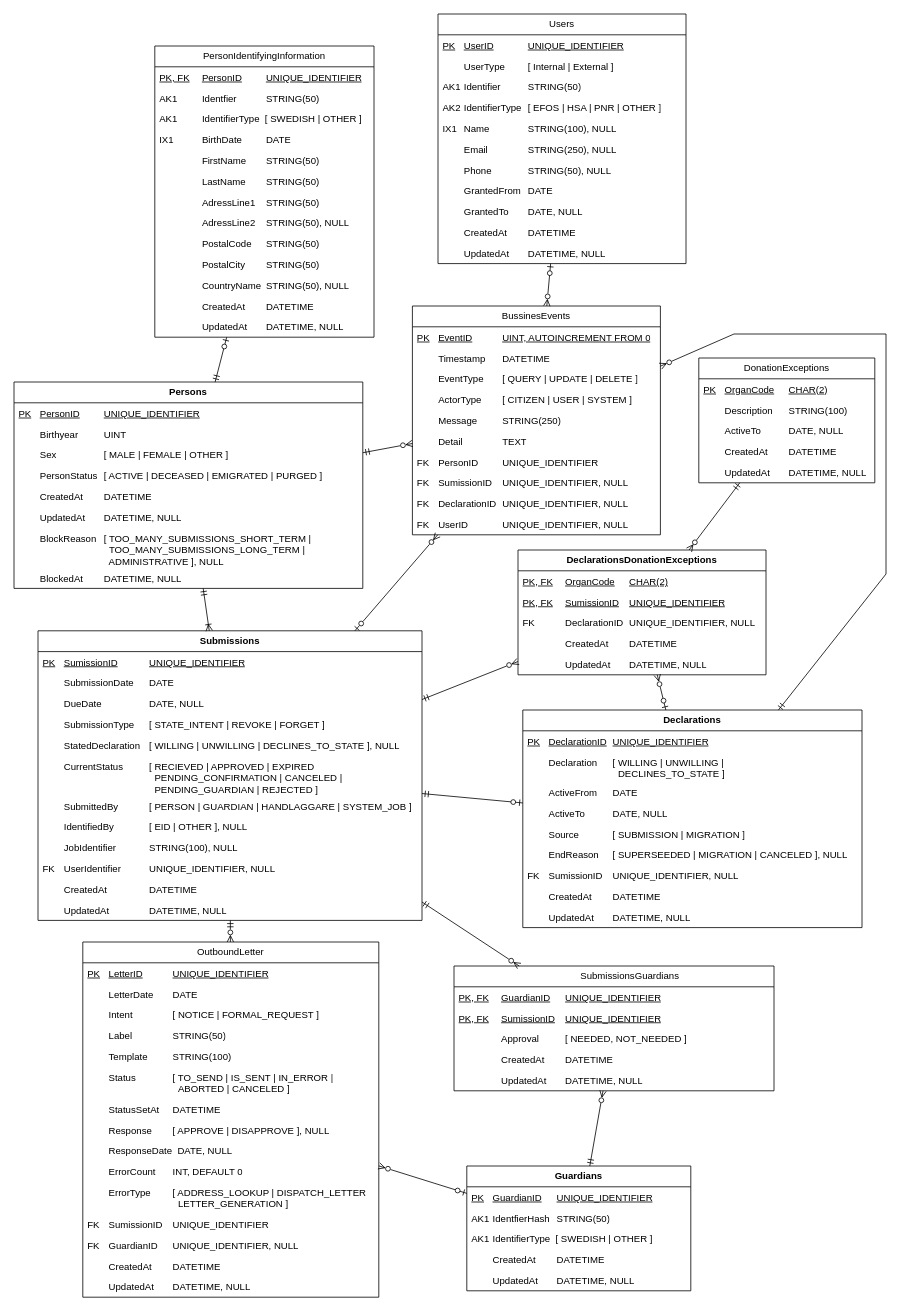
Above: page "Stående Logisk modell" (8 of 9) of Donationsregister.drawio in bhagqvist-consid/ICD11 (draw.io), before the change. Source tidied: cells renumbered, new cells numbered last; positions are measured from the earlier drawing's top-left corner, leaving out a move shared by most shapes. Both pictures are drawn from the tidied source at 80%, with x=0, y=0 at pixel (14, 14).
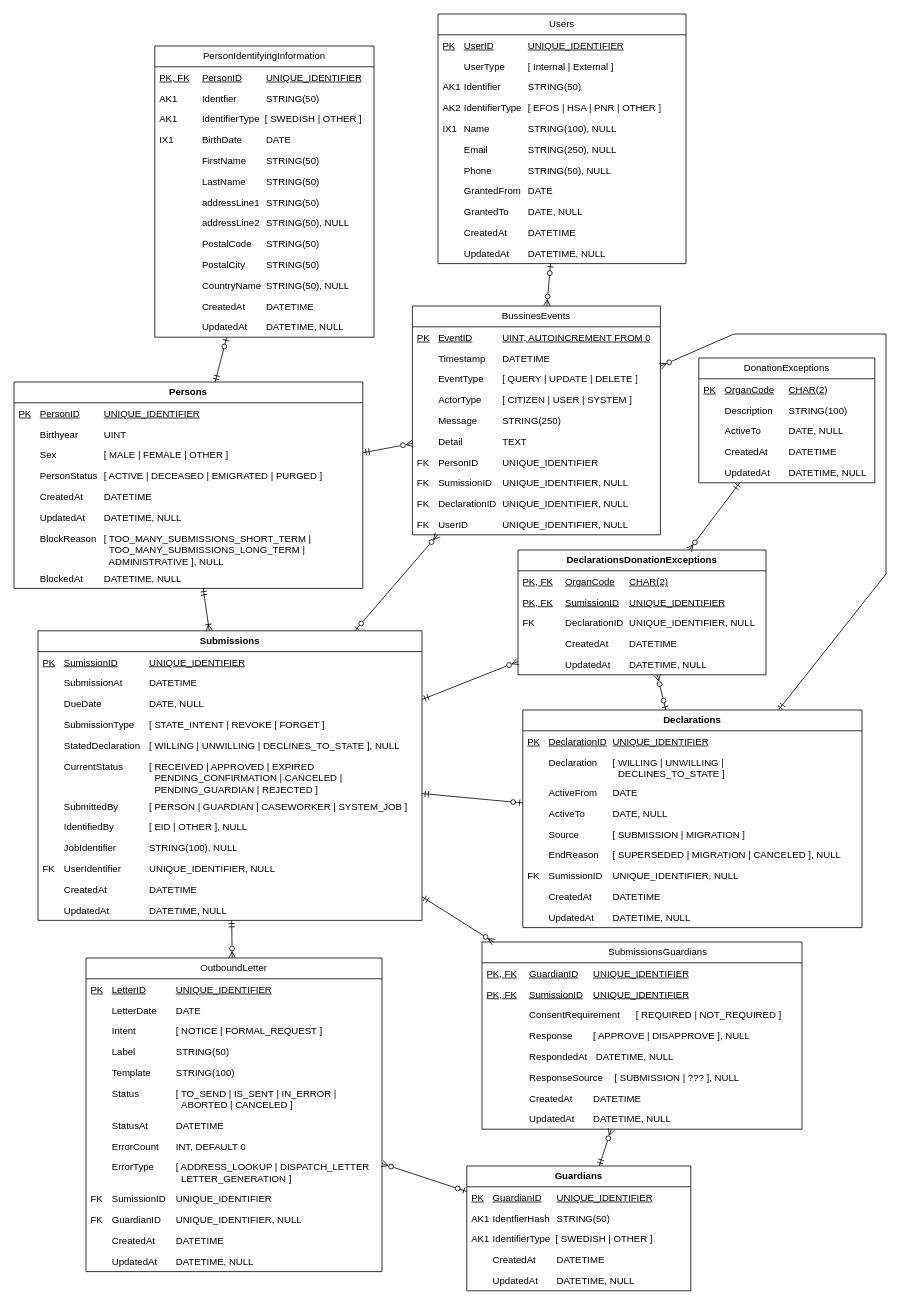
The same page after the edit.

Unchanged cells that the change refers to:
```xml
<mxCell id="11" value="Submissions" style="swimlane;fontStyle=1;horizontal=1;startSize=26;fillColor=none;whiteSpace=wrap;html=1;" parent="1" vertex="1">
  <mxGeometry x="30" y="771" width="480" height="362" as="geometry" />
</mxCell>
<mxCell id="24" value="Declarations" style="swimlane;fontStyle=1;horizontal=1;startSize=26;fillColor=none;whiteSpace=wrap;html=1;" parent="1" vertex="1">
  <mxGeometry x="636" y="870" width="424" height="272" as="geometry" />
</mxCell>
<mxCell id="34" value="PersonIdentifyingInformation" style="swimlane;fontStyle=0;horizontal=1;startSize=26;fillColor=none;whiteSpace=wrap;html=1;" parent="1" vertex="1">
  <mxGeometry x="176" y="40" width="274" height="364" as="geometry" />
</mxCell>
```

What changed in the source:
```diff
@@
-    <mxCell id="13" value="&lt;span style=&quot;white-space: pre;&quot;&gt;&#9;&lt;/span&gt;SubmissionDate&lt;span style=&quot;white-space: pre;&quot;&gt;&#9;&lt;/span&gt;DATE" style="text;strokeColor=none;fillColor=none;align=left;verticalAlign=top;spacingLeft=4;spacingRight=4;overflow=hidden;whiteSpace=wrap;html=1;" parent="11" vertex="1">
+    <mxCell id="13" value="&lt;span style=&quot;white-space: pre;&quot;&gt;&#9;&lt;/span&gt;SubmissionAt&lt;span style=&quot;white-space: pre;&quot;&gt;&#9;&lt;/span&gt;&lt;span style=&quot;white-space: pre;&quot;&gt;&#9;&lt;/span&gt;DATETIME" style="text;strokeColor=none;fillColor=none;align=left;verticalAlign=top;spacingLeft=4;spacingRight=4;overflow=hidden;whiteSpace=wrap;html=1;" parent="11" vertex="1">
       <mxGeometry y="52" width="480" height="26" as="geometry" />
     </mxCell>
@@
-    <mxCell id="17" value="&lt;span style=&quot;white-space: pre;&quot;&gt;&#9;&lt;/span&gt;CurrentStatus&lt;span style=&quot;white-space: pre;&quot;&gt;&#9;&lt;span style=&quot;white-space: pre;&quot;&gt;&#9;&lt;/span&gt;&lt;/span&gt;[ RECIEVED | APPROVED | EXPIRED&lt;br&gt;&lt;span style=&quot;white-space: pre;&quot;&gt;&lt;span style=&quot;white-space: pre;&quot;&gt;&#9;&lt;/span&gt;&#9;&lt;/span&gt;&lt;span style=&quot;white-space: pre;&quot;&gt;&#9;&lt;/span&gt;&lt;span style=&quot;white-space: pre;&quot;&gt;&#9;&lt;/span&gt;&lt;span style=&quot;white-space: pre;&quot;&gt;&#9;&lt;/span&gt;&amp;nbsp;&amp;nbsp;PENDING_CONFIRMATION | CANCELED |&lt;br&gt;&lt;span style=&quot;white-space: pre;&quot;&gt;&lt;span style=&quot;white-space: pre;&quot;&gt;&#9;&lt;/span&gt;&#9;&lt;/span&gt;&lt;span style=&quot;white-space: pre;&quot;&gt;&#9;&lt;/span&gt;&lt;span style=&quot;white-space: pre;&quot;&gt;&#9;&lt;/span&gt;&lt;span style=&quot;white-space: pre;&quot;&gt;&#9;&lt;/span&gt;&amp;nbsp; PENDING_GUARDIAN | REJECTED ]" style="text;strokeColor=none;fillColor=none;align=left;verticalAlign=top;spacingLeft=4;spacingRight=4;overflow=hidden;whiteSpace=wrap;html=1;" parent="11" vertex="1">
+    <mxCell id="17" value="&lt;span style=&quot;white-space: pre;&quot;&gt;&#9;&lt;/span&gt;CurrentStatus&lt;span style=&quot;white-space: pre;&quot;&gt;&#9;&lt;span style=&quot;white-space: pre;&quot;&gt;&#9;&lt;/span&gt;&lt;/span&gt;[ RECEIVED | APPROVED | EXPIRED&lt;br&gt;&lt;span style=&quot;white-space: pre;&quot;&gt;&lt;span style=&quot;white-space: pre;&quot;&gt;&#9;&lt;/span&gt;&#9;&lt;/span&gt;&lt;span style=&quot;white-space: pre;&quot;&gt;&#9;&lt;/span&gt;&lt;span style=&quot;white-space: pre;&quot;&gt;&#9;&lt;/span&gt;&lt;span style=&quot;white-space: pre;&quot;&gt;&#9;&lt;/span&gt;&amp;nbsp;&amp;nbsp;PENDING_CONFIRMATION | CANCELED |&lt;br&gt;&lt;span style=&quot;white-space: pre;&quot;&gt;&lt;span style=&quot;white-space: pre;&quot;&gt;&#9;&lt;/span&gt;&#9;&lt;/span&gt;&lt;span style=&quot;white-space: pre;&quot;&gt;&#9;&lt;/span&gt;&lt;span style=&quot;white-space: pre;&quot;&gt;&#9;&lt;/span&gt;&lt;span style=&quot;white-space: pre;&quot;&gt;&#9;&lt;/span&gt;&amp;nbsp; PENDING_GUARDIAN | REJECTED ]" style="text;strokeColor=none;fillColor=none;align=left;verticalAlign=top;spacingLeft=4;spacingRight=4;overflow=hidden;whiteSpace=wrap;html=1;" parent="11" vertex="1">
       <mxGeometry y="156" width="480" height="50" as="geometry" />
     </mxCell>
-    <mxCell id="18" value="&lt;span style=&quot;white-space: pre;&quot;&gt;&#9;&lt;/span&gt;SubmittedBy&lt;span style=&quot;white-space: pre;&quot;&gt;&#9;&lt;/span&gt;&lt;span style=&quot;white-space: pre;&quot;&gt;&#9;&lt;/span&gt;[ PERSON | GUARDIAN | HANDLAGGARE | SYSTEM_JOB ]" style="text;strokeColor=none;fillColor=none;align=left;verticalAlign=top;spacingLeft=4;spacingRight=4;overflow=hidden;whiteSpace=wrap;html=1;" parent="11" vertex="1">
+    <mxCell id="18" value="&lt;span style=&quot;white-space: pre;&quot;&gt;&#9;&lt;/span&gt;SubmittedBy&lt;span style=&quot;white-space: pre;&quot;&gt;&#9;&lt;/span&gt;&lt;span style=&quot;white-space: pre;&quot;&gt;&#9;&lt;/span&gt;[ PERSON | GUARDIAN | CASEWORKER | SYSTEM_JOB ]" style="text;strokeColor=none;fillColor=none;align=left;verticalAlign=top;spacingLeft=4;spacingRight=4;overflow=hidden;whiteSpace=wrap;html=1;" parent="11" vertex="1">
       <mxGeometry y="206" width="480" height="26" as="geometry" />
     </mxCell>
@@
-    <mxCell id="30" value="&lt;span style=&quot;white-space: pre;&quot;&gt;&#9;&lt;/span&gt;EndReason&lt;span style=&quot;white-space: pre;&quot;&gt;&#9;&lt;/span&gt;[ SUPERSEEDED | MIGRATION | CANCELED ], NULL" style="text;strokeColor=none;fillColor=none;align=left;verticalAlign=top;spacingLeft=4;spacingRight=4;overflow=hidden;whiteSpace=wrap;html=1;" parent="24" vertex="1">
+    <mxCell id="30" value="&lt;span style=&quot;white-space: pre;&quot;&gt;&#9;&lt;/span&gt;EndReason&lt;span style=&quot;white-space: pre;&quot;&gt;&#9;&lt;/span&gt;[ SUPERSEDED | MIGRATION | CANCELED ], NULL" style="text;strokeColor=none;fillColor=none;align=left;verticalAlign=top;spacingLeft=4;spacingRight=4;overflow=hidden;whiteSpace=wrap;html=1;" parent="24" vertex="1">
       <mxGeometry y="168" width="424" height="26" as="geometry" />
     </mxCell>
@@
-    <mxCell id="41" value="&lt;span style=&quot;white-space: pre;&quot;&gt;&lt;span style=&quot;white-space: pre;&quot;&gt;&#9;&lt;/span&gt;&#9;&lt;/span&gt;AdressLine1&lt;span style=&quot;white-space: pre;&quot;&gt;&#9;&lt;/span&gt;STRING(50)" style="text;strokeColor=none;fillColor=none;align=left;verticalAlign=top;spacingLeft=4;spacingRight=4;overflow=hidden;whiteSpace=wrap;html=1;" parent="34" vertex="1">
+    <mxCell id="41" value="&lt;span style=&quot;white-space: pre;&quot;&gt;&lt;span style=&quot;white-space: pre;&quot;&gt;&#9;&lt;/span&gt;&#9;&lt;/span&gt;addressLine1&lt;span style=&quot;white-space: pre;&quot;&gt;&#9;&lt;/span&gt;STRING(50)" style="text;strokeColor=none;fillColor=none;align=left;verticalAlign=top;spacingLeft=4;spacingRight=4;overflow=hidden;whiteSpace=wrap;html=1;" parent="34" vertex="1">
       <mxGeometry y="182" width="274" height="26" as="geometry" />
     </mxCell>
-    <mxCell id="42" value="&lt;span style=&quot;white-space: pre;&quot;&gt;&lt;span style=&quot;white-space: pre;&quot;&gt;&#9;&lt;/span&gt;&#9;&lt;/span&gt;AdressLine2&lt;span style=&quot;white-space: pre;&quot;&gt;&#9;&lt;/span&gt;STRING(50), NULL" style="text;strokeColor=none;fillColor=none;align=left;verticalAlign=top;spacingLeft=4;spacingRight=4;overflow=hidden;whiteSpace=wrap;html=1;" parent="34" vertex="1">
+    <mxCell id="42" value="&lt;span style=&quot;white-space: pre;&quot;&gt;&lt;span style=&quot;white-space: pre;&quot;&gt;&#9;&lt;/span&gt;&#9;&lt;/span&gt;addressLine2&lt;span style=&quot;white-space: pre;&quot;&gt;&#9;&lt;/span&gt;STRING(50), NULL" style="text;strokeColor=none;fillColor=none;align=left;verticalAlign=top;spacingLeft=4;spacingRight=4;overflow=hidden;whiteSpace=wrap;html=1;" parent="34" vertex="1">
       <mxGeometry y="208" width="274" height="26" as="geometry" />
     </mxCell>
@@
     <mxCell id="48" value="OutboundLetter" style="swimlane;fontStyle=0;horizontal=1;startSize=26;fillColor=none;whiteSpace=wrap;html=1;" parent="1" vertex="1">
-      <mxGeometry x="86" y="1160" width="370" height="444" as="geometry" />
+      <mxGeometry x="90" y="1180" width="370" height="392" as="geometry" />
     </mxCell>
@@
-    <mxCell id="55" value="&lt;span style=&quot;white-space: pre;&quot;&gt;&#9;&lt;/span&gt;StatusSetAt&lt;span style=&quot;white-space: pre;&quot;&gt;&#9;&lt;/span&gt;DATETIME" style="text;strokeColor=none;fillColor=none;align=left;verticalAlign=top;spacingLeft=4;spacingRight=4;overflow=hidden;whiteSpace=wrap;html=1;" parent="48" vertex="1">
+    <mxCell id="55" value="&lt;span style=&quot;white-space: pre;&quot;&gt;&#9;&lt;/span&gt;StatusAt&lt;span style=&quot;white-space: pre;&quot;&gt;&#9;&lt;span style=&quot;white-space: pre;&quot;&gt;&#9;&lt;/span&gt;&lt;/span&gt;DATETIME" style="text;strokeColor=none;fillColor=none;align=left;verticalAlign=top;spacingLeft=4;spacingRight=4;overflow=hidden;whiteSpace=wrap;html=1;" parent="48" vertex="1">
       <mxGeometry y="196" width="370" height="26" as="geometry" />
     </mxCell>
-    <mxCell id="56" value="&lt;span style=&quot;white-space: pre;&quot;&gt;&#9;&lt;/span&gt;Response&lt;span style=&quot;white-space: pre;&quot;&gt;&#9;&lt;/span&gt;[ APPROVE | DISAPPROVE ], NULL" style="text;strokeColor=none;fillColor=none;align=left;verticalAlign=top;spacingLeft=4;spacingRight=4;overflow=hidden;whiteSpace=wrap;html=1;" parent="48" vertex="1">
-      <mxGeometry y="222" width="370" height="26" as="geometry" />
-    </mxCell>
-    <mxCell id="57" value="&lt;span style=&quot;white-space: pre;&quot;&gt;&#9;&lt;/span&gt;ResponseDate&amp;nbsp; DATE, NULL" style="text;strokeColor=none;fillColor=none;align=left;verticalAlign=top;spacingLeft=4;spacingRight=4;overflow=hidden;whiteSpace=wrap;html=1;" parent="48" vertex="1">
-      <mxGeometry y="248" width="370" height="26" as="geometry" />
-    </mxCell>
     <mxCell id="58" value="&lt;span style=&quot;white-space: pre;&quot;&gt;&#9;&lt;/span&gt;ErrorCount&lt;span style=&quot;white-space: pre;&quot;&gt;&#9;&lt;/span&gt;INT, DEFAULT 0" style="text;strokeColor=none;fillColor=none;align=left;verticalAlign=top;spacingLeft=4;spacingRight=4;overflow=hidden;whiteSpace=wrap;html=1;" parent="48" vertex="1">
-      <mxGeometry y="274" width="370" height="26" as="geometry" />
+      <mxGeometry y="222" width="370" height="26" as="geometry" />
     </mxCell>
     <mxCell id="59" value="&lt;span style=&quot;white-space: pre;&quot;&gt;&#9;&lt;/span&gt;ErrorType&lt;span style=&quot;white-space: pre;&quot;&gt;&#9;&lt;/span&gt;[ ADDRESS_LOOKUP | DISPATCH_LETTER&lt;br&gt;&lt;span style=&quot;white-space: pre;&quot;&gt;&#9;&lt;/span&gt;&lt;span style=&quot;white-space: pre;&quot;&gt;&#9;&lt;/span&gt;&lt;span style=&quot;white-space: pre;&quot;&gt;&#9;&lt;/span&gt;&lt;span style=&quot;white-space: pre;&quot;&gt;&#9;&lt;/span&gt;&amp;nbsp; LETTER_GENERATION&amp;nbsp;]" style="text;strokeColor=none;fillColor=none;align=left;verticalAlign=top;spacingLeft=4;spacingRight=4;overflow=hidden;whiteSpace=wrap;html=1;" parent="48" vertex="1">
-      <mxGeometry y="300" width="370" height="40" as="geometry" />
+      <mxGeometry y="248" width="370" height="40" as="geometry" />
     </mxCell>
     <mxCell id="60" value="FK&lt;span style=&quot;white-space: pre;&quot;&gt;&#9;&lt;/span&gt;SumissionID&lt;span style=&quot;white-space: pre;&quot;&gt;&#9;&lt;/span&gt;UNIQUE_IDENTIFIER" style="text;strokeColor=none;fillColor=none;align=left;verticalAlign=top;spacingLeft=4;spacingRight=4;overflow=hidden;whiteSpace=wrap;html=1;fontStyle=0;" parent="48" vertex="1">
-      <mxGeometry y="340" width="370" height="26" as="geometry" />
+      <mxGeometry y="288" width="370" height="26" as="geometry" />
     </mxCell>
     <mxCell id="61" value="FK&lt;span style=&quot;white-space: pre;&quot;&gt;&#9;&lt;/span&gt;GuardianID&lt;span style=&quot;white-space: pre;&quot;&gt;&#9;&lt;/span&gt;UNIQUE_IDENTIFIER, NULL" style="text;strokeColor=none;fillColor=none;align=left;verticalAlign=top;spacingLeft=4;spacingRight=4;overflow=hidden;whiteSpace=wrap;html=1;fontStyle=0;" parent="48" vertex="1">
-      <mxGeometry y="366" width="370" height="26" as="geometry" />
+      <mxGeometry y="314" width="370" height="26" as="geometry" />
     </mxCell>
     <mxCell id="62" value="&lt;span style=&quot;white-space: pre;&quot;&gt;&#9;&lt;/span&gt;CreatedAt&amp;nbsp; &lt;span style=&quot;white-space: pre;&quot;&gt;&#9;&lt;/span&gt;DATETIME" style="text;strokeColor=none;fillColor=none;align=left;verticalAlign=top;spacingLeft=4;spacingRight=4;overflow=hidden;whiteSpace=wrap;html=1;" parent="48" vertex="1">
-      <mxGeometry y="392" width="370" height="26" as="geometry" />
+      <mxGeometry y="340" width="370" height="26" as="geometry" />
     </mxCell>
     <mxCell id="63" value="&lt;span style=&quot;white-space: pre;&quot;&gt;&#9;&lt;/span&gt;UpdatedAt&amp;nbsp; &lt;span style=&quot;white-space: pre;&quot;&gt;&#9;&lt;/span&gt;DATETIME, NULL" style="text;strokeColor=none;fillColor=none;align=left;verticalAlign=top;spacingLeft=4;spacingRight=4;overflow=hidden;whiteSpace=wrap;html=1;" parent="48" vertex="1">
-      <mxGeometry y="418" width="370" height="26" as="geometry" />
+      <mxGeometry y="366" width="370" height="26" as="geometry" />
     </mxCell>
@@
     <mxCell id="105" value="&lt;blockquote style=&quot;margin: 0 0 0 40px; border: none; padding: 0px;&quot;&gt;SubmissionsGuardians&lt;/blockquote&gt;" style="swimlane;fontStyle=0;horizontal=1;startSize=26;fillColor=none;whiteSpace=wrap;html=1;" parent="1" vertex="1">
-      <mxGeometry x="550" y="1190" width="400" height="156" as="geometry" />
+      <mxGeometry x="585" y="1160" width="400" height="234" as="geometry" />
     </mxCell>
@@
-    <mxCell id="108" value="&lt;span style=&quot;white-space: pre;&quot;&gt;&lt;span style=&quot;white-space: pre;&quot;&gt;&#9;&lt;/span&gt;&#9;&lt;/span&gt;Approval&amp;nbsp;&amp;nbsp;&lt;span style=&quot;white-space: pre;&quot;&gt;&#9;&lt;/span&gt;[ NEEDED, NOT_NEEDED ]" style="text;strokeColor=none;fillColor=none;align=left;verticalAlign=top;spacingLeft=4;spacingRight=4;overflow=hidden;whiteSpace=wrap;html=1;" parent="105" vertex="1">
-      <mxGeometry y="78" width="400" height="26" as="geometry" />
-    </mxCell>
+    <mxCell id="125" value="&lt;span style=&quot;white-space: pre;&quot;&gt;&lt;span style=&quot;white-space: pre;&quot;&gt;&#9;&lt;/span&gt;&#9;&lt;/span&gt;ConsentRequirement&amp;nbsp;&amp;nbsp;&lt;span style=&quot;white-space: pre;&quot;&gt;&#9;&lt;/span&gt;[ REQUIRED | NOT_REQUIRED ]" style="text;strokeColor=none;fillColor=none;align=left;verticalAlign=top;spacingLeft=4;spacingRight=4;overflow=hidden;whiteSpace=wrap;html=1;" parent="105" vertex="1">
+      <mxGeometry y="78" width="400" height="26" as="geometry" />
+    </mxCell>
+    <mxCell id="56" value="&lt;span style=&quot;white-space: pre;&quot;&gt;&lt;span style=&quot;white-space: pre;&quot;&gt;&#9;&lt;/span&gt;&#9;&lt;/span&gt;Response&lt;span style=&quot;white-space: pre;&quot;&gt;&#9;&lt;/span&gt;[ APPROVE | DISAPPROVE ], NULL" style="text;strokeColor=none;fillColor=none;align=left;verticalAlign=top;spacingLeft=4;spacingRight=4;overflow=hidden;whiteSpace=wrap;html=1;" parent="105" vertex="1">
+      <mxGeometry y="104" width="400" height="26" as="geometry" />
+    </mxCell>
+    <mxCell id="57" value="&lt;span style=&quot;white-space: pre;&quot;&gt;&lt;span style=&quot;white-space: pre;&quot;&gt;&#9;&lt;/span&gt;&#9;&lt;/span&gt;RespondedAt&lt;span style=&quot;white-space: pre;&quot;&gt;&#9;&amp;nbsp;&lt;/span&gt;DATETIME, NULL" style="text;strokeColor=none;fillColor=none;align=left;verticalAlign=top;spacingLeft=4;spacingRight=4;overflow=hidden;whiteSpace=wrap;html=1;" parent="105" vertex="1">
+      <mxGeometry y="130" width="400" height="26" as="geometry" />
+    </mxCell>
+    <mxCell id="126" value="&lt;span style=&quot;white-space: pre;&quot;&gt;&lt;span style=&quot;white-space: pre;&quot;&gt;&#9;&lt;/span&gt;&#9;&lt;/span&gt;ResponseSource&lt;span style=&quot;white-space: pre;&quot;&gt;&#9;&lt;/span&gt;[ SUBMISSION | ??? ], NULL" style="text;strokeColor=none;fillColor=none;align=left;verticalAlign=top;spacingLeft=4;spacingRight=4;overflow=hidden;whiteSpace=wrap;html=1;" parent="105" vertex="1">
+      <mxGeometry y="156" width="400" height="26" as="geometry" />
+    </mxCell>
     <mxCell id="109" value="&lt;span style=&quot;white-space: pre;&quot;&gt;&lt;span style=&quot;white-space: pre;&quot;&gt;&#9;&lt;/span&gt;&#9;&lt;/span&gt;CreatedAt&amp;nbsp; &lt;span style=&quot;white-space: pre;&quot;&gt;&#9;&lt;/span&gt;DATETIME" style="text;strokeColor=none;fillColor=none;align=left;verticalAlign=top;spacingLeft=4;spacingRight=4;overflow=hidden;whiteSpace=wrap;html=1;" parent="105" vertex="1">
-      <mxGeometry y="104" width="400" height="26" as="geometry" />
+      <mxGeometry y="182" width="400" height="26" as="geometry" />
     </mxCell>
     <mxCell id="110" value="&lt;span style=&quot;white-space: pre;&quot;&gt;&lt;span style=&quot;white-space: pre;&quot;&gt;&#9;&lt;/span&gt;&#9;&lt;/span&gt;UpdatedAt&amp;nbsp; &lt;span style=&quot;white-space: pre;&quot;&gt;&#9;&lt;/span&gt;DATETIME, NULL" style="text;strokeColor=none;fillColor=none;align=left;verticalAlign=top;spacingLeft=4;spacingRight=4;overflow=hidden;whiteSpace=wrap;html=1;" parent="105" vertex="1">
-      <mxGeometry y="130" width="400" height="26" as="geometry" />
+      <mxGeometry y="208" width="400" height="26" as="geometry" />
     </mxCell>
```
